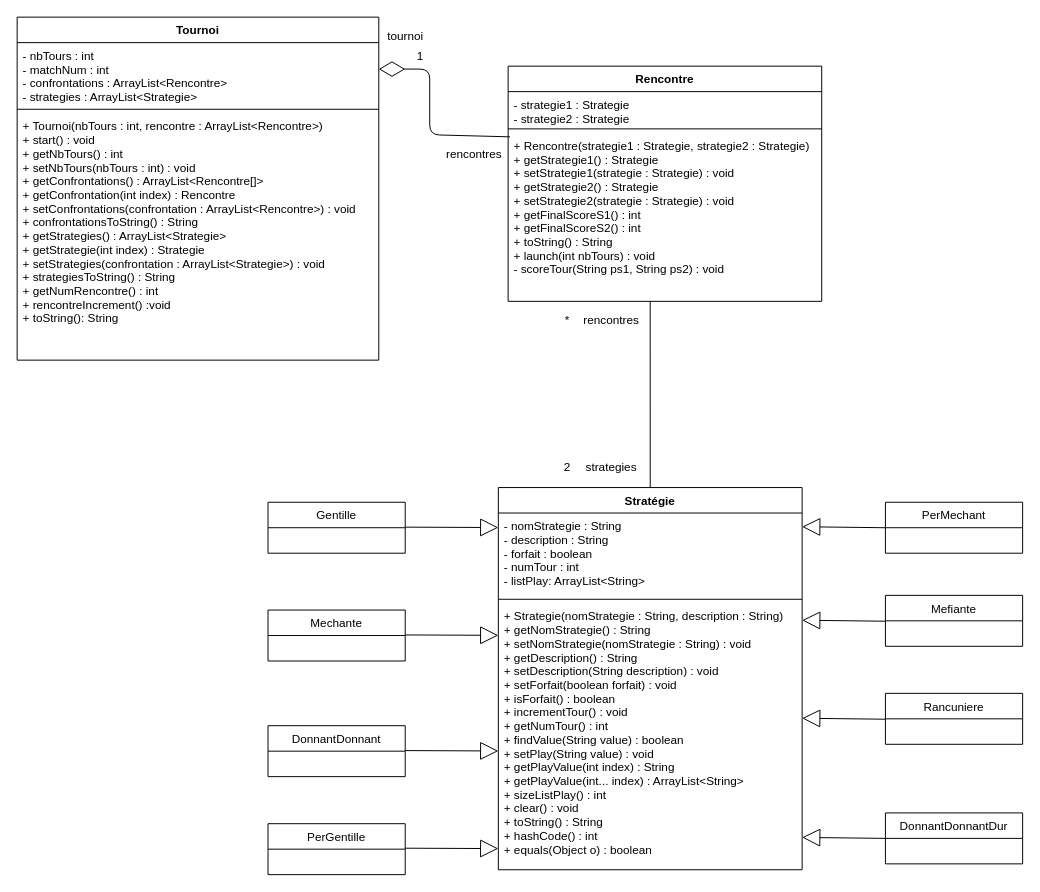
This is doc/diagramme_classe.drawio from DaeronHTV/DilemmeDuPrisionnier, a draw.io file, before an edit. Source tidied: cells renumbered, new cells numbered last; positions are measured from the earlier drawing's top-left corner, leaving out a move shared by most shapes. Both pictures are drawn from the tidied source at 98%, with x=0, y=0 at pixel (17, 17).
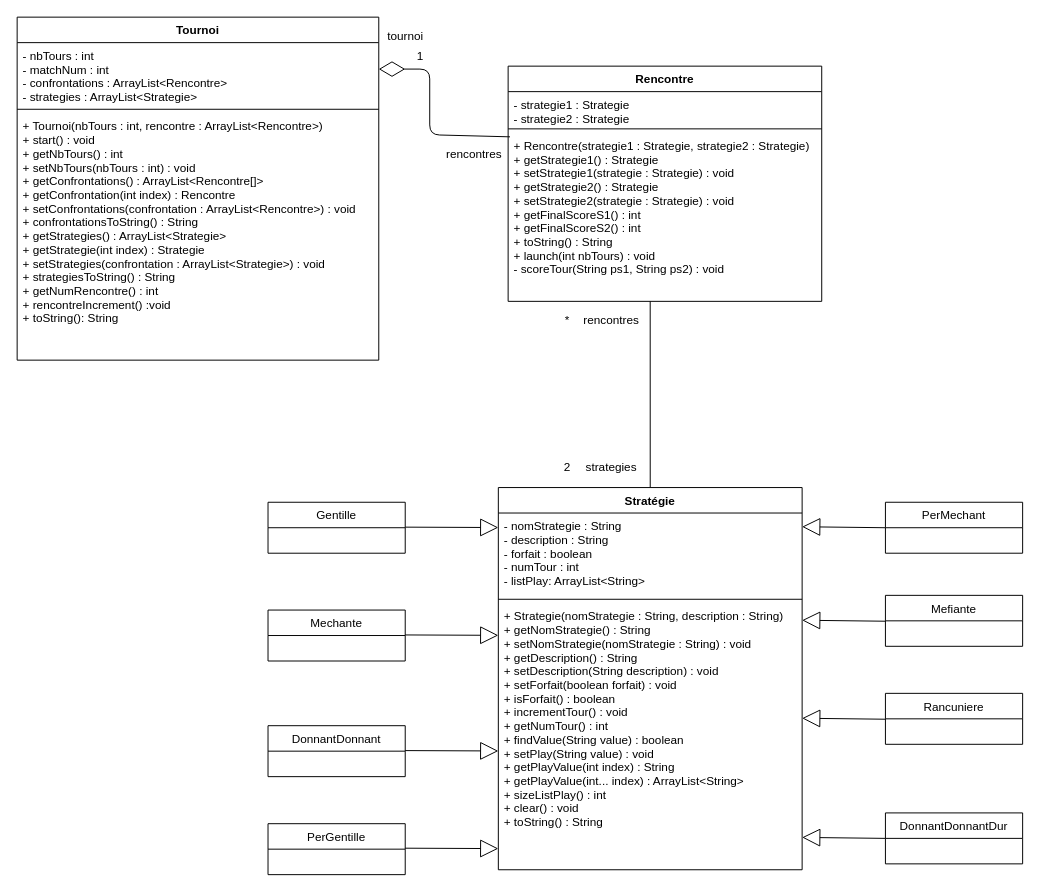
The same page after the edit.

Unchanged cells that the change refers to:
```xml
<mxCell id="28" value="Stratégie" style="swimlane;fontStyle=1;align=center;verticalAlign=top;horizontal=1;startSize=26;" parent="1" vertex="1">
  <mxGeometry x="491" y="480" width="310" height="390" as="geometry" />
</mxCell>
```

What changed in the source:
```diff
@@
-    <mxCell id="31" value="+ Strategie(nomStrategie : String, description : String)&#10;+ getNomStrategie() : String&#10;+ setNomStrategie(nomStrategie : String) : void&#10;+ getDescription() : String&#10;+ setDescription(String description) : void&#10;+ setForfait(boolean forfait) : void&#10;+ isForfait() : boolean&#10;+ incrementTour() : void&#10;+ getNumTour() : int&#10;+ findValue(String value) : boolean&#10;+ setPlay(String value) : void&#10;+ getPlayValue(int index) : String&#10;+ getPlayValue(int... index) : ArrayList&lt;String&gt;&#10;+ sizeListPlay() : int&#10;+ clear() : void&#10;+ toString() : String&#10;+ hashCode() : int&#10;+ equals(Object o) : boolean" style="text;strokeColor=none;fillColor=none;align=left;verticalAlign=top;spacingLeft=4;spacingRight=4;overflow=hidden;" parent="28" vertex="1">
+    <mxCell id="31" value="+ Strategie(nomStrategie : String, description : String)&#10;+ getNomStrategie() : String&#10;+ setNomStrategie(nomStrategie : String) : void&#10;+ getDescription() : String&#10;+ setDescription(String description) : void&#10;+ setForfait(boolean forfait) : void&#10;+ isForfait() : boolean&#10;+ incrementTour() : void&#10;+ getNumTour() : int&#10;+ findValue(String value) : boolean&#10;+ setPlay(String value) : void&#10;+ getPlayValue(int index) : String&#10;+ getPlayValue(int... index) : ArrayList&lt;String&gt;&#10;+ sizeListPlay() : int&#10;+ clear() : void&#10;+ toString() : String" style="text;strokeColor=none;fillColor=none;align=left;verticalAlign=top;spacingLeft=4;spacingRight=4;overflow=hidden;" parent="28" vertex="1">
       <mxGeometry y="118" width="310" height="272" as="geometry" />
     </mxCell>
```
